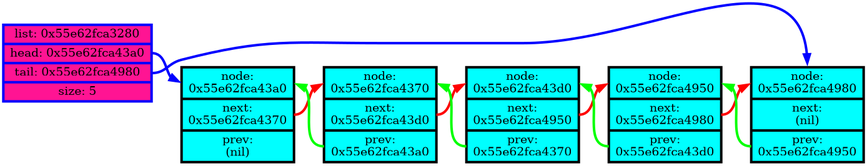
The Graphviz diagram dump.png in LegendaryHog/c_list, before a commit. Its source is kept beside it as dump.dot.
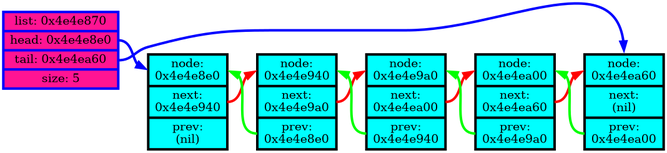
After the change.

The edit, as a diff of the source:
```diff
@@ -1,28 +1,29 @@
 digraph G {
 	rankdir="LR";
-	List[shape=record, style=filled, penwidth=3.0, fillcolor=deeppink, color=blue, label="list: 0x55e62fca3280 | <head> head: 0x55e62fca43a0 | <tail> tail: 0x55e62fca4980 | size: 5"];
+	List[shape=record, style=filled, penwidth=3.0, fillcolor=deeppink, color=blue, label="list: 0x4e4e870 | <head> head: 0x4e4e8e0 | <tail> tail: 0x4e4ea60 | size: 5"];
 	node[style=filled, shape=record, penwidth=3.0, fillcolor=aqua];
-	Node_0x55e62fca43a0[label="<_node_>node:\n0x55e62fca43a0 | <next>next:\n0x55e62fca4370 | <prev>prev:\n(nil)"];
-	Node_0x55e62fca4370[label="<_node_>node:\n0x55e62fca4370 | <next>next:\n0x55e62fca43d0 | <prev>prev:\n0x55e62fca43a0"];
-	Node_0x55e62fca43d0[label="<_node_>node:\n0x55e62fca43d0 | <next>next:\n0x55e62fca4950 | <prev>prev:\n0x55e62fca4370"];
-	Node_0x55e62fca4950[label="<_node_>node:\n0x55e62fca4950 | <next>next:\n0x55e62fca4980 | <prev>prev:\n0x55e62fca43d0"];
-	Node_0x55e62fca4980[label="<_node_>node:\n0x55e62fca4980 | <next>next:\n(nil) | <prev>prev:\n0x55e62fca4950"];
-	edge[penwidth=3.0];	Node_0x55e62fca43a0:next:e -> Node_0x55e62fca4370:_node_:w[arrowhead=normal, color=red];
-	Node_0x55e62fca43a0 ->Node_0x55e62fca4370[style=invis];
-	Node_0x55e62fca4370:next:e -> Node_0x55e62fca43d0:_node_:w[arrowhead=normal, color=red];
-	Node_0x55e62fca4370 ->Node_0x55e62fca43d0[style=invis];
-	Node_0x55e62fca4370:prev:w -> Node_0x55e62fca43a0:_node_:e[arrowhead=normal, color=green];
-	Node_0x55e62fca4370 ->Node_0x55e62fca43a0[style=invis];
-	Node_0x55e62fca43d0:next:e -> Node_0x55e62fca4950:_node_:w[arrowhead=normal, color=red];
-	Node_0x55e62fca43d0 ->Node_0x55e62fca4950[style=invis];
-	Node_0x55e62fca43d0:prev:w -> Node_0x55e62fca4370:_node_:e[arrowhead=normal, color=green];
-	Node_0x55e62fca43d0 ->Node_0x55e62fca4370[style=invis];
-	Node_0x55e62fca4950:next:e -> Node_0x55e62fca4980:_node_:w[arrowhead=normal, color=red];
-	Node_0x55e62fca4950 ->Node_0x55e62fca4980[style=invis];
-	Node_0x55e62fca4950:prev:w -> Node_0x55e62fca43d0:_node_:e[arrowhead=normal, color=green];
-	Node_0x55e62fca4950 ->Node_0x55e62fca43d0[style=invis];
-	Node_0x55e62fca4980:prev:w -> Node_0x55e62fca4950:_node_:e[arrowhead=normal, color=green];
-	Node_0x55e62fca4980 ->Node_0x55e62fca4950[style=invis];
-	List:head:e -> Node_0x55e62fca43a0:_node_:w[color=blue, arrowhead=normal];
-	List:tail:e -> Node_0x55e62fca4980:_node_:n[color=blue, arrowhead=normal];
+	Node_0x4e4e8e0[label="<_node_>node:\n0x4e4e8e0 | <next>next:\n0x4e4e940 | <prev>prev:\n(nil)"];
+	Node_0x4e4e940[label="<_node_>node:\n0x4e4e940 | <next>next:\n0x4e4e9a0 | <prev>prev:\n0x4e4e8e0"];
+	Node_0x4e4e9a0[label="<_node_>node:\n0x4e4e9a0 | <next>next:\n0x4e4ea00 | <prev>prev:\n0x4e4e940"];
+	Node_0x4e4ea00[label="<_node_>node:\n0x4e4ea00 | <next>next:\n0x4e4ea60 | <prev>prev:\n0x4e4e9a0"];
+	Node_0x4e4ea60[label="<_node_>node:\n0x4e4ea60 | <next>next:\n(nil) | <prev>prev:\n0x4e4ea00"];
+	edge[penwidth=3.0];
+	Node_0x4e4e8e0:next:e -> Node_0x4e4e940:_node_:w[arrowhead=normal, color=red];
+	Node_0x4e4e8e0 ->Node_0x4e4e940[style=invis];
+	Node_0x4e4e940:next:e -> Node_0x4e4e9a0:_node_:w[arrowhead=normal, color=red];
+	Node_0x4e4e940 ->Node_0x4e4e9a0[style=invis];
+	Node_0x4e4e940:prev:w -> Node_0x4e4e8e0:_node_:e[arrowhead=normal, color=green];
+	Node_0x4e4e940 ->Node_0x4e4e8e0[style=invis];
+	Node_0x4e4e9a0:next:e -> Node_0x4e4ea00:_node_:w[arrowhead=normal, color=red];
+	Node_0x4e4e9a0 ->Node_0x4e4ea00[style=invis];
+	Node_0x4e4e9a0:prev:w -> Node_0x4e4e940:_node_:e[arrowhead=normal, color=green];
+	Node_0x4e4e9a0 ->Node_0x4e4e940[style=invis];
+	Node_0x4e4ea00:next:e -> Node_0x4e4ea60:_node_:w[arrowhead=normal, color=red];
+	Node_0x4e4ea00 ->Node_0x4e4ea60[style=invis];
+	Node_0x4e4ea00:prev:w -> Node_0x4e4e9a0:_node_:e[arrowhead=normal, color=green];
+	Node_0x4e4ea00 ->Node_0x4e4e9a0[style=invis];
+	Node_0x4e4ea60:prev:w -> Node_0x4e4ea00:_node_:e[arrowhead=normal, color=green];
+	Node_0x4e4ea60 ->Node_0x4e4ea00[style=invis];
+	List:head:e -> Node_0x4e4e8e0:_node_:w[color=blue, arrowhead=normal];
+	List:tail:e -> Node_0x4e4ea60:_node_:n[color=blue, arrowhead=normal];
 }
```
